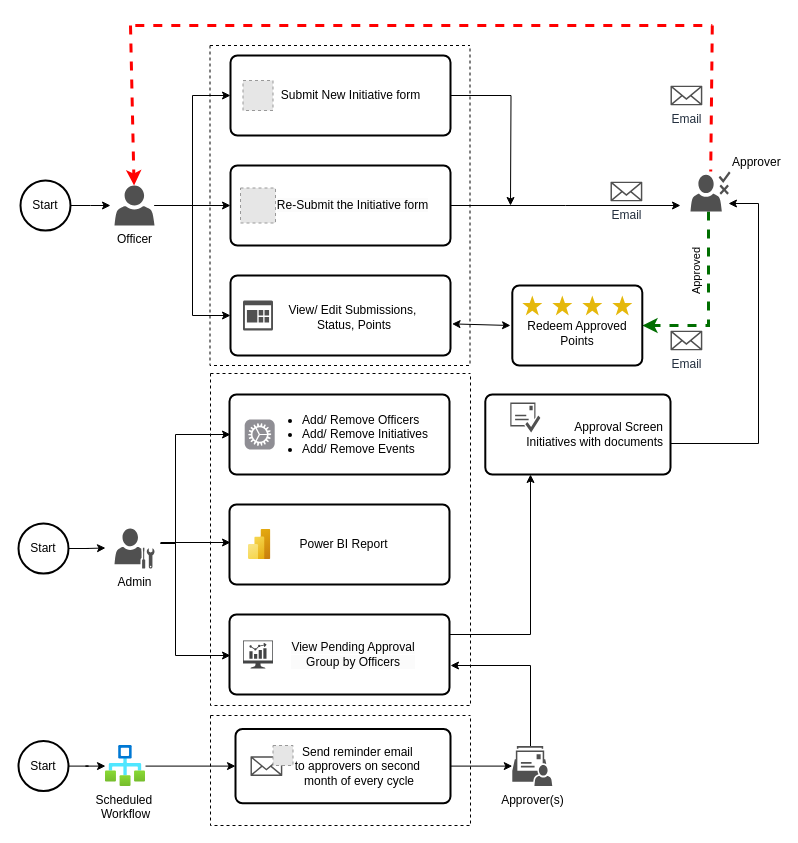
Earlier version of the draw.io diagram Untitled Diagram.drawio (ganeshglitz/drawio). Source tidied: cells renumbered, new cells numbered last; positions are measured from the earlier drawing's top-left corner, leaving out a move shared by most shapes. Both pictures are drawn from the tidied source at 100%, with x=0, y=0 at pixel (18, 25). Pictures stored in the file or linked from it are replaced by grey dashed boxes.
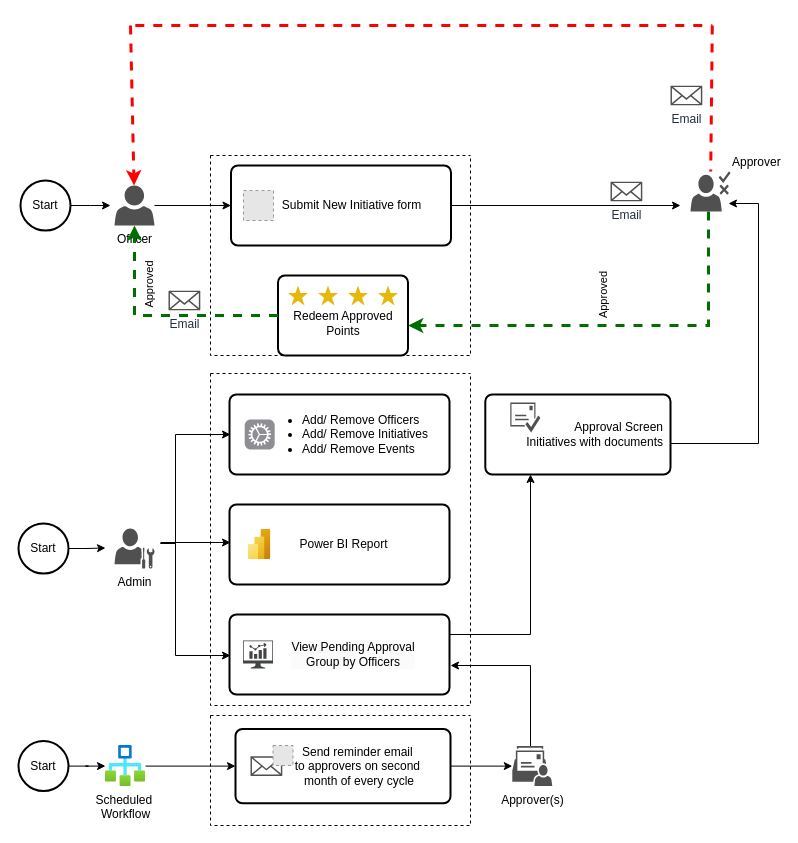
The same diagram, later.

The change refers to these unchanged cells:
```xml
<mxCell id="9" value="Officer" style="sketch=0;shadow=0;dashed=0;html=1;strokeColor=none;fillColor=#505050;labelPosition=center;verticalLabelPosition=bottom;verticalAlign=top;outlineConnect=0;align=center;shape=mxgraph.office.users.user;" parent="1" vertex="1">
  <mxGeometry x="96" y="160" width="40" height="40" as="geometry" />
</mxCell>
<mxCell id="35" value="Submit New Initiative form" style="rounded=1;whiteSpace=wrap;html=1;absoluteArcSize=1;arcSize=14;strokeWidth=2;spacingLeft=21;" parent="31" vertex="1">
  <mxGeometry x="20.5" y="10" width="220" height="80" as="geometry" />
</mxCell>
```

What changed in the source:
```diff
@@
-    <mxCell id="4" style="edgeStyle=orthogonalEdgeStyle;rounded=0;jettySize=auto;html=1;" parent="1" edge="1" source="33">
+    <mxCell id="4" style="edgeStyle=orthogonalEdgeStyle;rounded=0;orthogonalLoop=1;jettySize=auto;html=1;" parent="1" edge="1">
       <mxGeometry relative="1" as="geometry">
+        <mxPoint x="432" y="180" as="sourcePoint" />
         <mxPoint x="662" y="180" as="targetPoint" />
       </mxGeometry>
     </mxCell>
-    <mxCell id="5" style="edgeStyle=orthogonalEdgeStyle;rounded=0;jettySize=auto;html=1;exitX=1;exitY=0.5;exitDx=0;exitDy=0;" parent="1" edge="1" source="35">
-      <mxGeometry relative="1" as="geometry">
-        <mxPoint x="492" y="180" as="targetPoint" />
-      </mxGeometry>
-    </mxCell>
-    <mxCell id="6" style="edgeStyle=orthogonalEdgeStyle;rounded=0;jettySize=auto;html=1;entryX=0;entryY=0.5;entryDx=0;entryDy=0;" parent="1" edge="1" source="9" target="34">
-      <mxGeometry relative="1" as="geometry" />
-    </mxCell>
@@
-    <mxCell id="8" style="edgeStyle=orthogonalEdgeStyle;rounded=0;jettySize=auto;html=1;entryX=0;entryY=0.5;entryDx=0;entryDy=0;" parent="1" edge="1" source="9" target="33">
-      <mxGeometry relative="1" as="geometry" />
-    </mxCell>
@@
     <mxCell id="15" value="Email" style="sketch=0;fontColor=#232F3E;gradientColor=none;fillColor=#505050;strokeColor=none;dashed=0;verticalLabelPosition=bottom;verticalAlign=top;align=center;html=1;fontSize=12;fontStyle=0;shape=mxgraph.aws4.email_2;labelPosition=center;textDirection=ltr;" parent="1" vertex="1">
-      <mxGeometry x="652" y="305" width="31.8" height="20" as="geometry" />
+      <mxGeometry x="150" y="265" width="31.8" height="20" as="geometry" />
     </mxCell>
@@
-    <mxCell id="30" style="endArrow=classic;startArrow=classic;html=1;rounded=0;exitX=1.007;exitY=0.605;exitDx=0;exitDy=0;exitPerimeter=0;" parent="1" edge="1" source="34">
-      <mxGeometry relative="1" as="geometry">
-        <mxPoint x="492" y="300" as="targetPoint" />
-      </mxGeometry>
-    </mxCell>
     <mxCell id="31" style="group;" parent="1" vertex="1">
-      <mxGeometry x="191.5" y="20" width="260" height="320" as="geometry" />
+      <mxGeometry x="192" y="130" width="260" height="320" as="geometry" />
     </mxCell>
     <mxCell id="32" style="swimlane;startSize=0;dashed=1;" parent="31" vertex="1">
-      <mxGeometry width="260" height="320" as="geometry" />
+      <mxGeometry width="260" height="200" as="geometry" />
     </mxCell>
-    <mxCell id="33" value="&#10;&lt;span style=&quot;color: rgb(0, 0, 0); font-family: Helvetica; font-size: 12px; font-style: normal; font-variant-ligatures: normal; font-variant-caps: normal; font-weight: 400; letter-spacing: normal; orphans: 2; text-align: center; text-indent: 0px; text-transform: none; widows: 2; word-spacing: 0px; -webkit-text-stroke-width: 0px; white-space: normal; background-color: rgb(251, 251, 251); text-decoration-thickness: initial; text-decoration-style: initial; text-decoration-color: initial; display: inline !important; float: none;&quot;&gt;Re-Submit the Initiative form&lt;/span&gt;&#10;&#10;" style="rounded=1;whiteSpace=wrap;html=1;absoluteArcSize=1;arcSize=14;strokeWidth=2;spacingTop=13;spacingLeft=25;" parent="31" vertex="1">
-      <mxGeometry x="20.5" y="120" width="220" height="80" as="geometry" />
-    </mxCell>
-    <mxCell id="34" value="View/ Edit Submissions,&amp;nbsp;&lt;br&gt;&lt;span style=&quot;background-color: initial;&quot;&gt;Status, Points&lt;/span&gt;" style="rounded=1;whiteSpace=wrap;html=1;absoluteArcSize=1;arcSize=14;strokeWidth=2;align=center;spacingLeft=28;spacingTop=4;" parent="31" vertex="1">
-      <mxGeometry x="20.5" y="230" width="220" height="80" as="geometry" />
-    </mxCell>
+    <mxCell id="58" style="group;" parent="32" vertex="1">
+      <mxGeometry x="67.5" y="120" width="130" height="80" as="geometry" />
+    </mxCell>
+    <mxCell id="59" value="Redeem Approved Points" style="rounded=1;whiteSpace=wrap;html=1;absoluteArcSize=1;arcSize=14;strokeWidth=2;spacingTop=16;" parent="58" vertex="1">
+      <mxGeometry width="130" height="80" as="geometry" />
+    </mxCell>
+    <mxCell id="60" style="html=1;dashed=0;verticalLabelPosition=bottom;verticalAlign=top;align=center;shape=mxgraph.gmdl.star;strokeColor=none;fillColor=#e5b80b;shadow=0;sketch=0;fontColor=#e5b80b;" parent="58" vertex="1">
+      <mxGeometry x="10" y="10" width="20" height="20" as="geometry" />
+    </mxCell>
+    <mxCell id="61" style="html=1;dashed=0;verticalLabelPosition=bottom;verticalAlign=top;align=center;shape=mxgraph.gmdl.star;strokeColor=none;fillColor=#e5b80b;shadow=0;sketch=0;fontColor=#e5b80b;" parent="58" vertex="1">
+      <mxGeometry x="40" y="10" width="20" height="20" as="geometry" />
+    </mxCell>
+    <mxCell id="62" style="html=1;dashed=0;verticalLabelPosition=bottom;verticalAlign=top;align=center;shape=mxgraph.gmdl.star;strokeColor=none;fillColor=#e5b80b;shadow=0;sketch=0;fontColor=#e5b80b;" parent="58" vertex="1">
+      <mxGeometry x="70" y="10" width="20" height="20" as="geometry" />
+    </mxCell>
+    <mxCell id="63" style="html=1;dashed=0;verticalLabelPosition=bottom;verticalAlign=top;align=center;shape=mxgraph.gmdl.star;strokeColor=none;fillColor=#e5b80b;shadow=0;sketch=0;fontColor=#e5b80b;" parent="58" vertex="1">
+      <mxGeometry x="100" y="10" width="20" height="20" as="geometry" />
+    </mxCell>
@@
-    <mxCell id="36" style="sketch=0;shadow=0;dashed=0;html=1;strokeColor=none;labelPosition=center;verticalLabelPosition=bottom;verticalAlign=top;align=center;fillColor=#505050;shape=mxgraph.mscae.oms.dashboard;" parent="31" vertex="1">
-      <mxGeometry x="33" y="255" width="30" height="30" as="geometry" />
-    </mxCell>
-    <mxCell id="37" style="fillColor=#E6E6E6;strokeColor=#999999;dashed=1;html=1;verticalAlign=top;verticalLabelPosition=bottom;labelBackgroundColor=#ffffff;" parent="31" vertex="1">
-      <mxGeometry x="30.5" y="142.5" width="35" height="35" as="geometry" />
-    </mxCell>
@@
-    <mxCell id="58" style="group;" parent="1" vertex="1">
-      <mxGeometry x="493.8" y="260" width="130" height="80" as="geometry" />
-    </mxCell>
-    <mxCell id="59" value="Redeem Approved Points" style="rounded=1;whiteSpace=wrap;html=1;absoluteArcSize=1;arcSize=14;strokeWidth=2;spacingTop=16;" parent="58" vertex="1">
-      <mxGeometry width="130" height="80" as="geometry" />
-    </mxCell>
-    <mxCell id="60" style="html=1;dashed=0;verticalLabelPosition=bottom;verticalAlign=top;align=center;shape=mxgraph.gmdl.star;strokeColor=none;fillColor=#e5b80b;shadow=0;sketch=0;fontColor=#e5b80b;" parent="58" vertex="1">
-      <mxGeometry x="10" y="10" width="20" height="20" as="geometry" />
-    </mxCell>
-    <mxCell id="61" style="html=1;dashed=0;verticalLabelPosition=bottom;verticalAlign=top;align=center;shape=mxgraph.gmdl.star;strokeColor=none;fillColor=#e5b80b;shadow=0;sketch=0;fontColor=#e5b80b;" parent="58" vertex="1">
-      <mxGeometry x="40" y="10" width="20" height="20" as="geometry" />
-    </mxCell>
-    <mxCell id="62" style="html=1;dashed=0;verticalLabelPosition=bottom;verticalAlign=top;align=center;shape=mxgraph.gmdl.star;strokeColor=none;fillColor=#e5b80b;shadow=0;sketch=0;fontColor=#e5b80b;" parent="58" vertex="1">
-      <mxGeometry x="70" y="10" width="20" height="20" as="geometry" />
-    </mxCell>
-    <mxCell id="63" style="html=1;dashed=0;verticalLabelPosition=bottom;verticalAlign=top;align=center;shape=mxgraph.gmdl.star;strokeColor=none;fillColor=#e5b80b;shadow=0;sketch=0;fontColor=#e5b80b;" parent="58" vertex="1">
-      <mxGeometry x="100" y="10" width="20" height="20" as="geometry" />
-    </mxCell>
+    <mxCell id="64" value="Approved" style="edgeStyle=orthogonalEdgeStyle;rounded=0;jettySize=auto;html=1;strokeColor=#006e00;dashed=1;strokeWidth=3;verticalAlign=bottom;labelPosition=left;verticalLabelPosition=top;align=right;horizontal=0;spacingBottom=50;spacingRight=4;exitX=0;exitY=0.5;exitDx=0;exitDy=0;" parent="1" edge="1" source="59" target="9">
+      <mxGeometry relative="1" as="geometry">
+        <Array as="points">
+          <mxPoint x="116" y="290" />
+        </Array>
+      </mxGeometry>
+    </mxCell>
```
